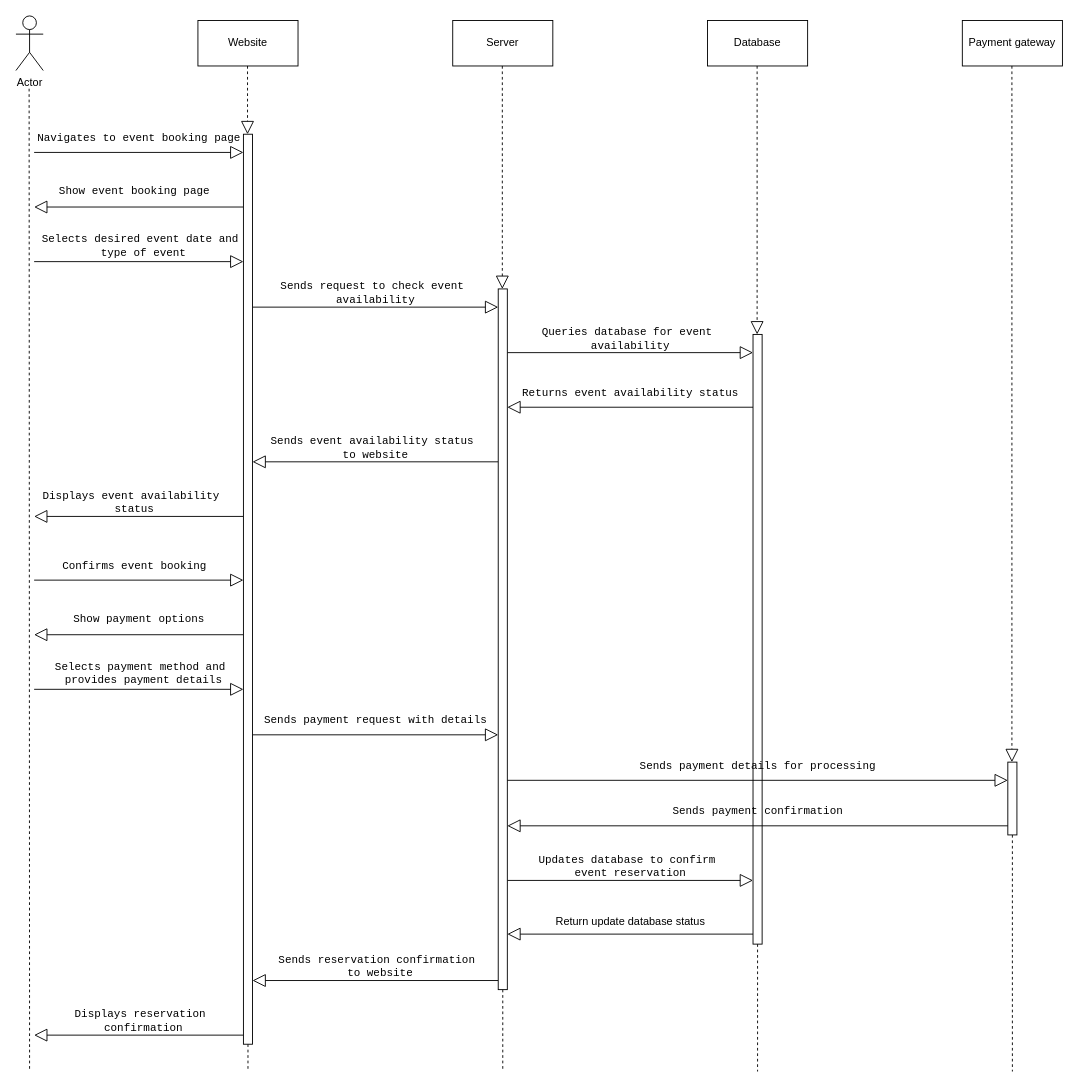
The draw.io diagram event reservation.drawio in CodeSithum/sequencediagram, before the edit. Source tidied: cells renumbered, new cells numbered last; positions are measured from the earlier drawing's top-left corner, leaving out a move shared by most shapes. Both pictures are drawn from the tidied source at 91%, with x=0, y=0 at pixel (15, 15).
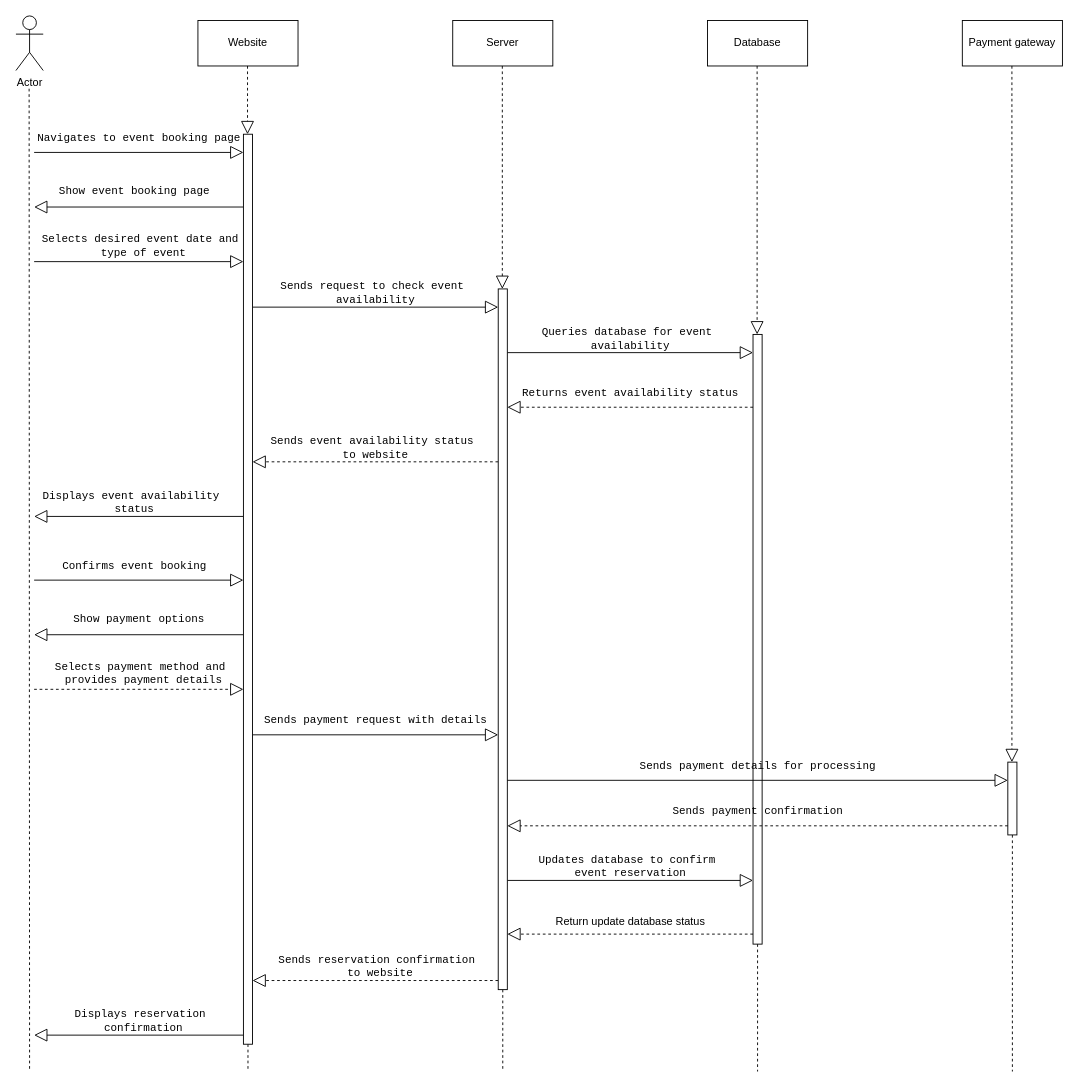
The same page after the edit.

Change to the diagram source:
```diff
@@
-    <mxCell id="34" style="endArrow=block;endFill=0;endSize=12;html=1;rounded=0;" parent="1" edge="1">
+    <mxCell id="34" style="endArrow=block;endFill=0;endSize=12;html=1;rounded=0;dashed=1;" parent="1" edge="1">
       <mxGeometry relative="1" as="geometry">
         <mxPoint x="20" y="740" as="sourcePoint" />
         <mxPoint x="250" y="740" as="targetPoint" />
       </mxGeometry>
     </mxCell>
@@
-    <mxCell id="36" style="endArrow=block;endFill=0;endSize=12;html=1;rounded=0;" parent="1" edge="1">
+    <mxCell id="36" style="endArrow=block;endFill=0;endSize=12;html=1;rounded=0;dashed=1;" parent="1" edge="1">
       <mxGeometry relative="1" as="geometry">
         <mxPoint x="530" y="490" as="sourcePoint" />
         <mxPoint x="260" y="490" as="targetPoint" />
       </mxGeometry>
     </mxCell>
@@
-    <mxCell id="39" style="endArrow=block;endFill=0;endSize=12;html=1;rounded=0;" parent="1" edge="1">
+    <mxCell id="39" style="endArrow=block;endFill=0;endSize=12;html=1;rounded=0;dashed=1;" parent="1" edge="1">
       <mxGeometry relative="1" as="geometry">
         <mxPoint x="530" y="1060" as="sourcePoint" />
         <mxPoint x="260" y="1060" as="targetPoint" />
       </mxGeometry>
     </mxCell>
@@
-    <mxCell id="41" style="endArrow=block;endFill=0;endSize=12;html=1;rounded=0;" parent="1" edge="1">
+    <mxCell id="41" style="endArrow=block;endFill=0;endSize=12;html=1;rounded=0;dashed=1;" parent="1" edge="1">
       <mxGeometry relative="1" as="geometry">
         <mxPoint x="810" y="430" as="sourcePoint" />
         <mxPoint x="540" y="430" as="targetPoint" />
       </mxGeometry>
     </mxCell>
@@
-    <mxCell id="43" style="endArrow=block;endFill=0;endSize=12;html=1;rounded=0;" parent="1" edge="1">
+    <mxCell id="43" style="endArrow=block;endFill=0;endSize=12;html=1;rounded=0;dashed=1;" parent="1" edge="1">
       <mxGeometry relative="1" as="geometry">
         <mxPoint x="810" y="1009" as="sourcePoint" />
         <mxPoint x="540" y="1009" as="targetPoint" />
       </mxGeometry>
     </mxCell>
@@
-    <mxCell id="52" style="endArrow=block;endFill=0;endSize=12;html=1;rounded=0;" parent="1" edge="1">
+    <mxCell id="52" style="endArrow=block;endFill=0;endSize=12;html=1;rounded=0;dashed=1;" parent="1" edge="1">
       <mxGeometry relative="1" as="geometry">
         <mxPoint x="1090" y="890" as="sourcePoint" />
         <mxPoint x="540" y="890" as="targetPoint" />
       </mxGeometry>
     </mxCell>
```
